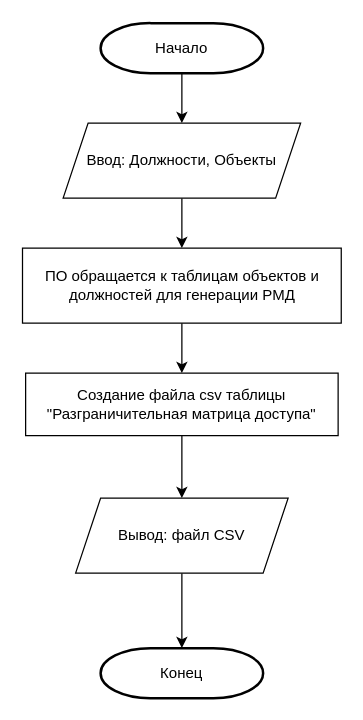
Before: Algorithm_OPZ/(4. ЧИ) 3. Алгоритм Генерация РМД.drawio in SmirnovBogdan8/Diplom, a draw.io diagram. Source tidied: cells renumbered, new cells numbered last; positions are measured from the earlier drawing's top-left corner, leaving out a move shared by most shapes. Both pictures are drawn from the tidied source at 125%, with x=0, y=0 at pixel (22, 22).
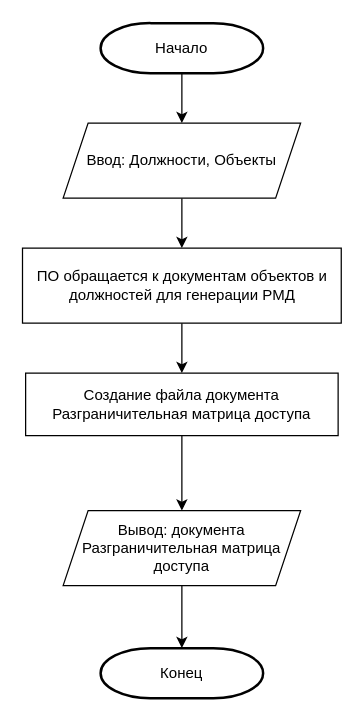
The same diagram, later.

What changed in the source:
```diff
@@
 <mxGraphModel>
   <root>
     <mxCell id="0" />
     <mxCell id="1" parent="0" />
     <mxCell id="2" style="edgeStyle=orthogonalEdgeStyle;rounded=0;jettySize=auto;html=1;" parent="1" edge="1" source="3" target="6">
       <mxGeometry relative="1" as="geometry" />
     </mxCell>
     <mxCell id="3" value="Начало" style="strokeWidth=2;html=1;shape=mxgraph.flowchart.terminator;whiteSpace=wrap;" parent="1" vertex="1">
       <mxGeometry x="62" width="130" height="40" as="geometry" />
     </mxCell>
     <mxCell id="4" value="Конец" style="strokeWidth=2;html=1;shape=mxgraph.flowchart.terminator;whiteSpace=wrap;" parent="1" vertex="1">
       <mxGeometry x="62" y="500" width="130" height="40" as="geometry" />
     </mxCell>
     <mxCell id="5" style="edgeStyle=orthogonalEdgeStyle;rounded=0;jettySize=auto;html=1;" parent="1" edge="1" source="6" target="8">
       <mxGeometry relative="1" as="geometry" />
     </mxCell>
     <mxCell id="6" value="Ввод: Должности, Объекты" style="shape=parallelogram;perimeter=parallelogramPerimeter;whiteSpace=wrap;html=1;fixedSize=1;" parent="1" vertex="1">
       <mxGeometry x="32" y="80" width="190" height="60" as="geometry" />
     </mxCell>
     <mxCell id="7" style="edgeStyle=orthogonalEdgeStyle;rounded=0;jettySize=auto;html=1;" parent="1" edge="1" source="8" target="10">
       <mxGeometry relative="1" as="geometry" />
     </mxCell>
-    <mxCell id="8" value="ПО обращается к таблицам объектов и должностей для генерации РМД" style="rounded=0;whiteSpace=wrap;html=1;" parent="1" vertex="1">
+    <mxCell id="8" value="ПО обращается к документам объектов и должностей для генерации РМД" style="rounded=0;whiteSpace=wrap;html=1;" parent="1" vertex="1">
       <mxGeometry x="-0.5" y="180" width="255" height="60" as="geometry" />
     </mxCell>
     <mxCell id="9" style="edgeStyle=orthogonalEdgeStyle;rounded=0;jettySize=auto;html=1;" parent="1" edge="1" source="10" target="12">
       <mxGeometry relative="1" as="geometry" />
     </mxCell>
-    <mxCell id="10" value="Создание файла csv таблицы &quot;Разграничительная матрица доступа&quot;" style="rounded=0;whiteSpace=wrap;html=1;" parent="1" vertex="1">
+    <mxCell id="10" value="Создание файла документа Разграничительная матрица доступа" style="rounded=0;whiteSpace=wrap;html=1;" parent="1" vertex="1">
       <mxGeometry x="2" y="280" width="250" height="50" as="geometry" />
     </mxCell>
     <mxCell id="11" style="edgeStyle=orthogonalEdgeStyle;rounded=0;jettySize=auto;html=1;" parent="1" edge="1" source="12" target="4">
       <mxGeometry relative="1" as="geometry" />
     </mxCell>
-    <mxCell id="12" value="Вывод: файл CSV" style="shape=parallelogram;perimeter=parallelogramPerimeter;whiteSpace=wrap;html=1;fixedSize=1;" parent="1" vertex="1">
-      <mxGeometry x="42" y="380" width="170" height="60" as="geometry" />
+    <mxCell id="12" value="Вывод: документа Разграничительная матрица доступа" style="shape=parallelogram;perimeter=parallelogramPerimeter;whiteSpace=wrap;html=1;fixedSize=1;" parent="1" vertex="1">
+      <mxGeometry x="32" y="390" width="190" height="60" as="geometry" />
     </mxCell>
   </root>
 </mxGraphModel>
```
